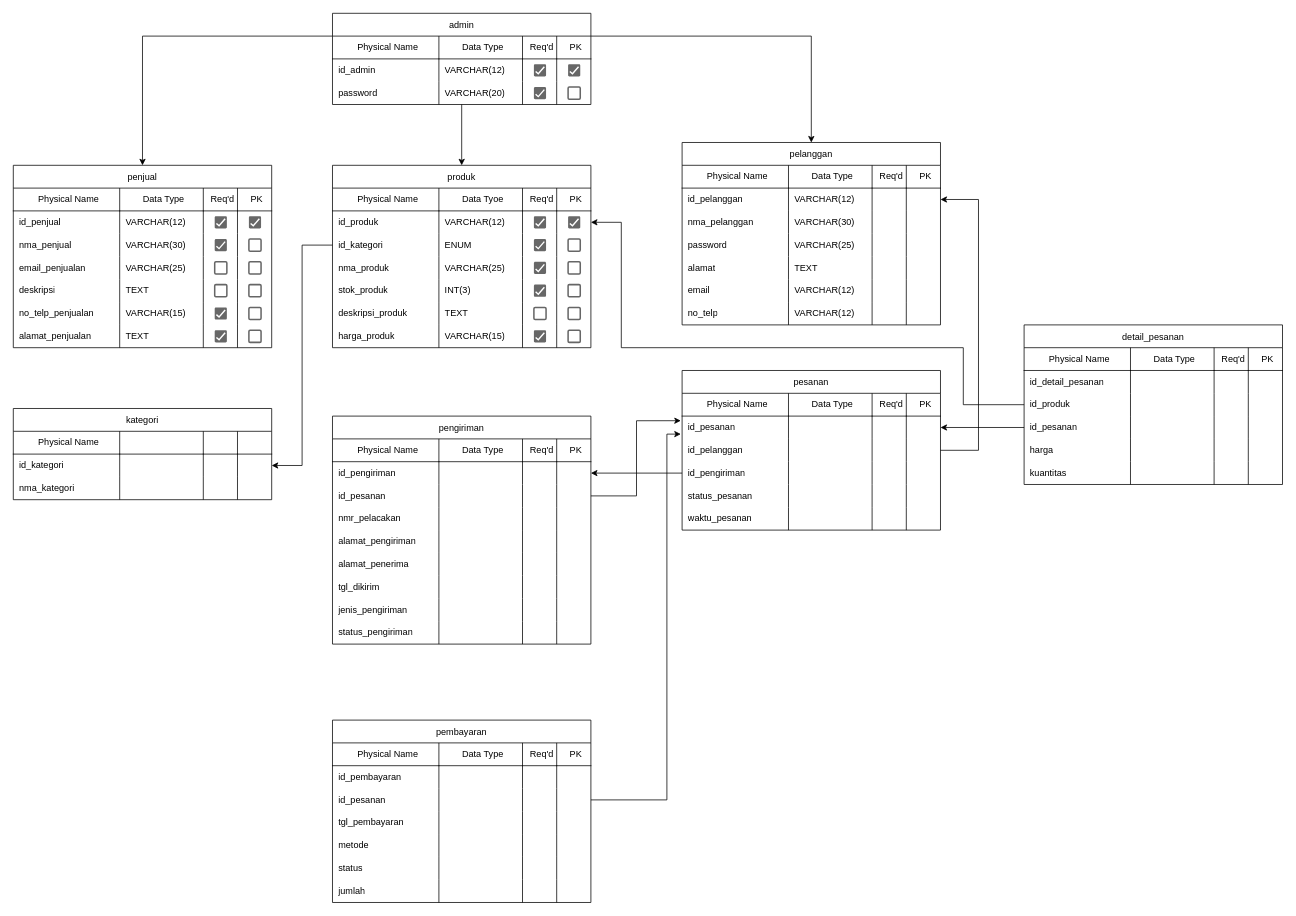
Above: e-commerce_pdm.drawio in vinnnna/sistem-basis-data (draw.io), before the change. Source tidied: cells renumbered, new cells numbered last; positions are measured from the earlier drawing's top-left corner, leaving out a move shared by most shapes. Both pictures are drawn from the tidied source at 76%, with x=0, y=0 at pixel (13, 13).
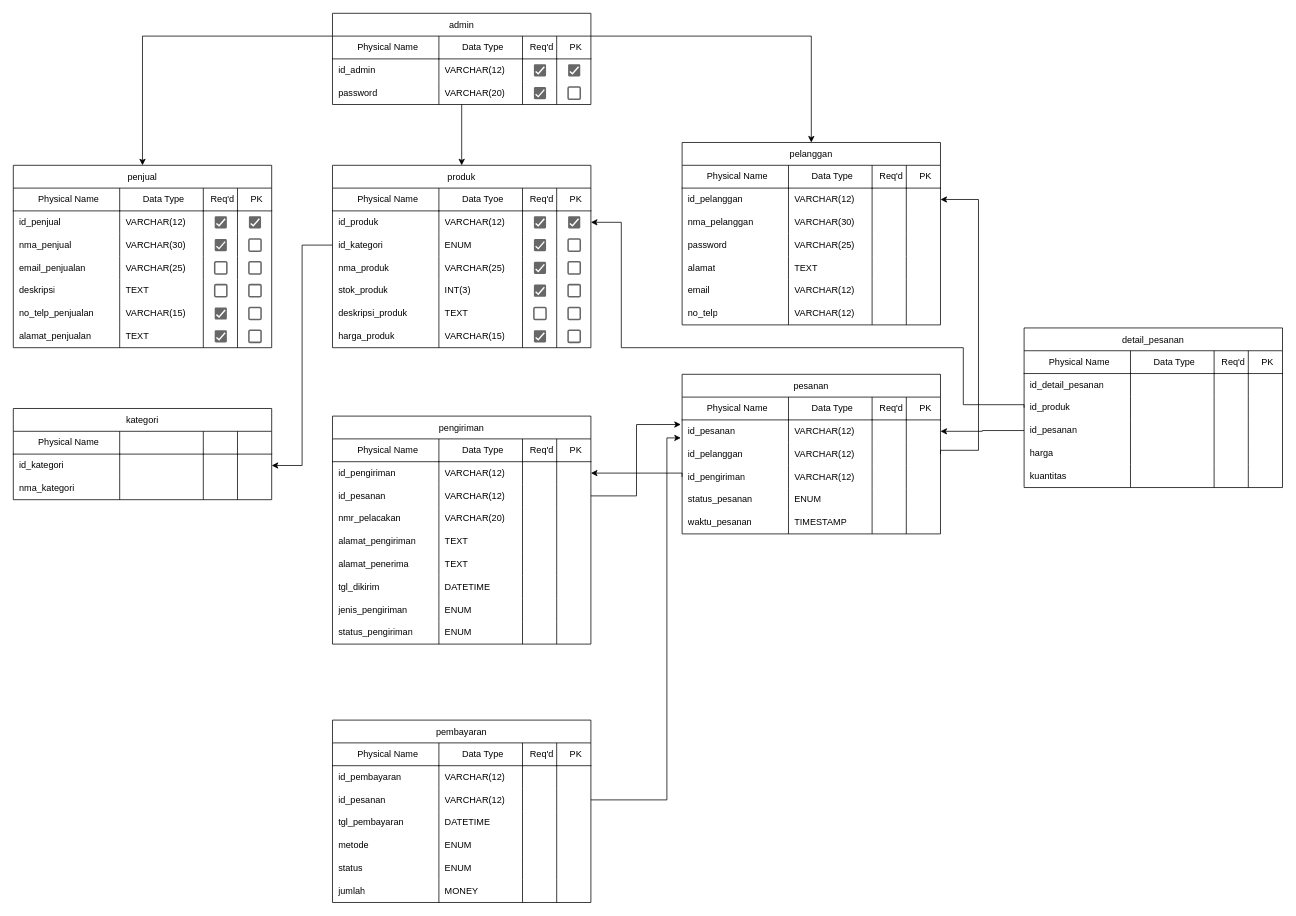
The same diagram, later.

Unchanged cells that the change refers to:
```xml
<mxCell id="80" style="shape=tableRow;horizontal=0;startSize=0;swimlaneHead=0;swimlaneBody=0;top=0;left=0;bottom=0;right=0;fillColor=none;points=[[0,0.5],[1,0.5]];portConstraint=eastwest;strokeColor=inherit;fontSize=12;" parent="74" vertex="1">
  <mxGeometry y="60" width="340" height="30" as="geometry" />
</mxCell>
<mxCell id="85" style="shape=tableRow;horizontal=0;startSize=0;swimlaneHead=0;swimlaneBody=0;top=0;left=0;bottom=0;right=0;fillColor=none;points=[[0,0.5],[1,0.5]];portConstraint=eastwest;strokeColor=inherit;fontSize=12;" parent="74" vertex="1">
  <mxGeometry y="90" width="340" height="30" as="geometry" />
</mxCell>
<mxCell id="90" style="shape=tableRow;horizontal=0;startSize=0;swimlaneHead=0;swimlaneBody=0;top=0;left=0;bottom=0;right=0;fillColor=none;points=[[0,0.5],[1,0.5]];portConstraint=eastwest;strokeColor=inherit;fontSize=12;" parent="74" vertex="1">
  <mxGeometry y="120" width="340" height="30" as="geometry" />
</mxCell>
<mxCell id="95" style="shape=tableRow;horizontal=0;startSize=0;swimlaneHead=0;swimlaneBody=0;top=0;left=0;bottom=0;right=0;fillColor=none;strokeColor=inherit;fontSize=12;" parent="74" vertex="1">
  <mxGeometry y="150" width="340" height="30" as="geometry" />
</mxCell>
<mxCell id="100" style="shape=tableRow;horizontal=0;startSize=0;swimlaneHead=0;swimlaneBody=0;top=0;left=0;bottom=0;right=0;fillColor=none;strokeColor=inherit;fontSize=12;" parent="74" vertex="1">
  <mxGeometry y="180" width="340" height="30" as="geometry" />
</mxCell>
<mxCell id="212" style="shape=tableRow;horizontal=0;startSize=0;swimlaneHead=0;swimlaneBody=0;top=0;left=0;bottom=0;right=0;fillColor=none;points=[[0,0.5],[1,0.5]];portConstraint=eastwest;strokeColor=inherit;fontSize=12;" parent="206" vertex="1">
  <mxGeometry y="60" width="340" height="30" as="geometry" />
</mxCell>
<mxCell id="217" style="shape=tableRow;horizontal=0;startSize=0;swimlaneHead=0;swimlaneBody=0;top=0;left=0;bottom=0;right=0;fillColor=none;points=[[0,0.5],[1,0.5]];portConstraint=eastwest;strokeColor=inherit;fontSize=12;" parent="206" vertex="1">
  <mxGeometry y="90" width="340" height="30" as="geometry" />
</mxCell>
<mxCell id="222" style="shape=tableRow;horizontal=0;startSize=0;swimlaneHead=0;swimlaneBody=0;top=0;left=0;bottom=0;right=0;fillColor=none;strokeColor=inherit;fontSize=12;" parent="206" vertex="1">
  <mxGeometry y="120" width="340" height="30" as="geometry" />
</mxCell>
<mxCell id="227" style="shape=tableRow;horizontal=0;startSize=0;swimlaneHead=0;swimlaneBody=0;top=0;left=0;bottom=0;right=0;fillColor=none;strokeColor=inherit;fontSize=12;" parent="206" vertex="1">
  <mxGeometry y="150" width="340" height="30" as="geometry" />
</mxCell>
<mxCell id="232" style="shape=tableRow;horizontal=0;startSize=0;swimlaneHead=0;swimlaneBody=0;top=0;left=0;bottom=0;right=0;fillColor=none;strokeColor=inherit;fontSize=12;" parent="206" vertex="1">
  <mxGeometry y="180" width="340" height="30" as="geometry" />
</mxCell>
<mxCell id="237" style="shape=tableRow;horizontal=0;startSize=0;swimlaneHead=0;swimlaneBody=0;top=0;left=0;bottom=0;right=0;fillColor=none;strokeColor=inherit;fontSize=12;" parent="206" vertex="1">
  <mxGeometry y="210" width="340" height="30" as="geometry" />
</mxCell>
<mxCell id="242" style="shape=tableRow;horizontal=0;startSize=0;swimlaneHead=0;swimlaneBody=0;top=0;left=0;bottom=0;right=0;fillColor=none;strokeColor=inherit;fontSize=12;" parent="206" vertex="1">
  <mxGeometry y="240" width="340" height="30" as="geometry" />
</mxCell>
<mxCell id="247" style="shape=tableRow;horizontal=0;startSize=0;swimlaneHead=0;swimlaneBody=0;top=0;left=0;bottom=0;right=0;fillColor=none;strokeColor=inherit;fontSize=12;" parent="206" vertex="1">
  <mxGeometry y="270" width="340" height="30" as="geometry" />
</mxCell>
<mxCell id="259" style="shape=tableRow;horizontal=0;startSize=0;swimlaneHead=0;swimlaneBody=0;top=0;left=0;bottom=0;right=0;fillColor=none;strokeColor=inherit;fontSize=12;" parent="253" vertex="1">
  <mxGeometry y="60" width="340" height="30" as="geometry" />
</mxCell>
<mxCell id="264" style="shape=tableRow;horizontal=0;startSize=0;swimlaneHead=0;swimlaneBody=0;top=0;left=0;bottom=0;right=0;fillColor=none;points=[[0,0.5],[1,0.5]];portConstraint=eastwest;strokeColor=inherit;fontSize=12;" parent="253" vertex="1">
  <mxGeometry y="90" width="340" height="30" as="geometry" />
</mxCell>
<mxCell id="269" style="shape=tableRow;horizontal=0;startSize=0;swimlaneHead=0;swimlaneBody=0;top=0;left=0;bottom=0;right=0;fillColor=none;strokeColor=inherit;fontSize=12;" parent="253" vertex="1">
  <mxGeometry y="120" width="340" height="30" as="geometry" />
</mxCell>
<mxCell id="274" style="shape=tableRow;horizontal=0;startSize=0;swimlaneHead=0;swimlaneBody=0;top=0;left=0;bottom=0;right=0;fillColor=none;strokeColor=inherit;fontSize=12;" parent="253" vertex="1">
  <mxGeometry y="150" width="340" height="30" as="geometry" />
</mxCell>
<mxCell id="279" style="shape=tableRow;horizontal=0;startSize=0;swimlaneHead=0;swimlaneBody=0;top=0;left=0;bottom=0;right=0;fillColor=none;strokeColor=inherit;fontSize=12;" parent="253" vertex="1">
  <mxGeometry y="180" width="340" height="30" as="geometry" />
</mxCell>
<mxCell id="284" style="shape=tableRow;horizontal=0;startSize=0;swimlaneHead=0;swimlaneBody=0;top=0;left=0;bottom=0;right=0;fillColor=none;strokeColor=inherit;fontSize=12;" parent="253" vertex="1">
  <mxGeometry y="210" width="340" height="30" as="geometry" />
</mxCell>
```

The edit, as a diff of the source:
```diff
@@
     <mxCell id="74" value="pesanan" style="shape=table;startSize=30;childLayout=tableLayout;rowLines=0;fontStyle=0;strokeColor=default;fontSize=12;" parent="1" vertex="1">
-      <mxGeometry x="880" y="470" width="340" height="210" as="geometry" />
+      <mxGeometry x="880" y="475" width="340" height="210" as="geometry" />
     </mxCell>
@@
-    <mxCell id="82" style="shape=partialRectangle;html=1;whiteSpace=wrap;fillColor=none;top=0;left=0;bottom=0;right=0;align=left;spacingLeft=6;overflow=hidden;strokeColor=inherit;fontSize=12;strokeWidth=1;" parent="80" vertex="1">
+    <mxCell id="82" value="VARCHAR(12)" style="shape=partialRectangle;html=1;whiteSpace=wrap;fillColor=none;top=0;left=0;bottom=0;right=0;align=left;spacingLeft=6;overflow=hidden;strokeColor=inherit;fontSize=12;strokeWidth=1;" parent="80" vertex="1">
       <mxGeometry x="140" width="110" height="30" as="geometry" />
     </mxCell>
@@
-    <mxCell id="87" style="shape=partialRectangle;html=1;whiteSpace=wrap;fillColor=none;top=0;left=0;bottom=0;right=0;align=left;spacingLeft=6;overflow=hidden;strokeColor=inherit;fontSize=12;" parent="85" vertex="1">
+    <mxCell id="87" value="VARCHAR(12)" style="shape=partialRectangle;html=1;whiteSpace=wrap;fillColor=none;top=0;left=0;bottom=0;right=0;align=left;spacingLeft=6;overflow=hidden;strokeColor=inherit;fontSize=12;" parent="85" vertex="1">
       <mxGeometry x="140" width="110" height="30" as="geometry" />
     </mxCell>
@@
-    <mxCell id="92" style="shape=partialRectangle;html=1;whiteSpace=wrap;fillColor=none;top=0;left=0;bottom=0;right=0;align=left;spacingLeft=6;overflow=hidden;strokeColor=inherit;fontSize=12;" parent="90" vertex="1">
+    <mxCell id="92" value="VARCHAR(12)" style="shape=partialRectangle;html=1;whiteSpace=wrap;fillColor=none;top=0;left=0;bottom=0;right=0;align=left;spacingLeft=6;overflow=hidden;strokeColor=inherit;fontSize=12;" parent="90" vertex="1">
       <mxGeometry x="140" width="110" height="30" as="geometry" />
     </mxCell>
@@
-    <mxCell id="97" style="shape=partialRectangle;html=1;whiteSpace=wrap;fillColor=none;top=0;left=0;bottom=0;right=0;align=left;spacingLeft=6;overflow=hidden;strokeColor=inherit;fontSize=12;" parent="95" vertex="1">
+    <mxCell id="97" value="ENUM" style="shape=partialRectangle;html=1;whiteSpace=wrap;fillColor=none;top=0;left=0;bottom=0;right=0;align=left;spacingLeft=6;overflow=hidden;strokeColor=inherit;fontSize=12;" parent="95" vertex="1">
       <mxGeometry x="140" width="110" height="30" as="geometry" />
     </mxCell>
@@
-    <mxCell id="102" style="shape=partialRectangle;html=1;whiteSpace=wrap;fillColor=none;top=0;left=0;bottom=0;right=0;align=left;spacingLeft=6;overflow=hidden;strokeColor=inherit;fontSize=12;" parent="100" vertex="1">
+    <mxCell id="102" value="TIMESTAMP" style="shape=partialRectangle;html=1;whiteSpace=wrap;fillColor=none;top=0;left=0;bottom=0;right=0;align=left;spacingLeft=6;overflow=hidden;strokeColor=inherit;fontSize=12;" parent="100" vertex="1">
       <mxGeometry x="140" width="110" height="30" as="geometry" />
     </mxCell>
@@
     <mxCell id="105" value="detail_pesanan" style="shape=table;startSize=30;childLayout=tableLayout;rowLines=0;fontStyle=0;strokeColor=default;fontSize=12;" parent="1" vertex="1">
-      <mxGeometry x="1330" y="410" width="340" height="210" as="geometry" />
+      <mxGeometry x="1330" y="414" width="340" height="210" as="geometry" />
     </mxCell>
@@
-    <mxCell id="214" style="shape=partialRectangle;html=1;whiteSpace=wrap;fillColor=none;top=0;left=0;bottom=0;right=0;align=left;spacingLeft=6;overflow=hidden;strokeColor=inherit;fontSize=12;strokeWidth=1;" parent="212" vertex="1">
+    <mxCell id="214" value="VARCHAR(12)" style="shape=partialRectangle;html=1;whiteSpace=wrap;fillColor=none;top=0;left=0;bottom=0;right=0;align=left;spacingLeft=6;overflow=hidden;strokeColor=inherit;fontSize=12;strokeWidth=1;" parent="212" vertex="1">
       <mxGeometry x="140" width="110" height="30" as="geometry" />
     </mxCell>
@@
-    <mxCell id="219" style="shape=partialRectangle;html=1;whiteSpace=wrap;fillColor=none;top=0;left=0;bottom=0;right=0;align=left;spacingLeft=6;overflow=hidden;strokeColor=inherit;fontSize=12;" parent="217" vertex="1">
+    <mxCell id="219" value="VARCHAR(12)" style="shape=partialRectangle;html=1;whiteSpace=wrap;fillColor=none;top=0;left=0;bottom=0;right=0;align=left;spacingLeft=6;overflow=hidden;strokeColor=inherit;fontSize=12;" parent="217" vertex="1">
       <mxGeometry x="140" width="110" height="30" as="geometry" />
     </mxCell>
@@
-    <mxCell id="224" style="shape=partialRectangle;html=1;whiteSpace=wrap;fillColor=none;top=0;left=0;bottom=0;right=0;align=left;spacingLeft=6;overflow=hidden;strokeColor=inherit;fontSize=12;" parent="222" vertex="1">
+    <mxCell id="224" value="VARCHAR(20)" style="shape=partialRectangle;html=1;whiteSpace=wrap;fillColor=none;top=0;left=0;bottom=0;right=0;align=left;spacingLeft=6;overflow=hidden;strokeColor=inherit;fontSize=12;" parent="222" vertex="1">
       <mxGeometry x="140" width="110" height="30" as="geometry" />
     </mxCell>
@@
-    <mxCell id="229" style="shape=partialRectangle;html=1;whiteSpace=wrap;fillColor=none;top=0;left=0;bottom=0;right=0;align=left;spacingLeft=6;overflow=hidden;strokeColor=inherit;fontSize=12;" parent="227" vertex="1">
+    <mxCell id="229" value="TEXT" style="shape=partialRectangle;html=1;whiteSpace=wrap;fillColor=none;top=0;left=0;bottom=0;right=0;align=left;spacingLeft=6;overflow=hidden;strokeColor=inherit;fontSize=12;" parent="227" vertex="1">
       <mxGeometry x="140" width="110" height="30" as="geometry" />
     </mxCell>
@@
-    <mxCell id="234" style="shape=partialRectangle;html=1;whiteSpace=wrap;fillColor=none;top=0;left=0;bottom=0;right=0;align=left;spacingLeft=6;overflow=hidden;strokeColor=inherit;fontSize=12;" parent="232" vertex="1">
+    <mxCell id="234" value="TEXT" style="shape=partialRectangle;html=1;whiteSpace=wrap;fillColor=none;top=0;left=0;bottom=0;right=0;align=left;spacingLeft=6;overflow=hidden;strokeColor=inherit;fontSize=12;" parent="232" vertex="1">
       <mxGeometry x="140" width="110" height="30" as="geometry" />
     </mxCell>
@@
-    <mxCell id="239" style="shape=partialRectangle;html=1;whiteSpace=wrap;fillColor=none;top=0;left=0;bottom=0;right=0;align=left;spacingLeft=6;overflow=hidden;strokeColor=inherit;fontSize=12;" parent="237" vertex="1">
+    <mxCell id="239" value="DATETIME" style="shape=partialRectangle;html=1;whiteSpace=wrap;fillColor=none;top=0;left=0;bottom=0;right=0;align=left;spacingLeft=6;overflow=hidden;strokeColor=inherit;fontSize=12;" parent="237" vertex="1">
       <mxGeometry x="140" width="110" height="30" as="geometry" />
     </mxCell>
@@
-    <mxCell id="244" style="shape=partialRectangle;html=1;whiteSpace=wrap;fillColor=none;top=0;left=0;bottom=0;right=0;align=left;spacingLeft=6;overflow=hidden;strokeColor=inherit;fontSize=12;" parent="242" vertex="1">
+    <mxCell id="244" value="ENUM" style="shape=partialRectangle;html=1;whiteSpace=wrap;fillColor=none;top=0;left=0;bottom=0;right=0;align=left;spacingLeft=6;overflow=hidden;strokeColor=inherit;fontSize=12;" parent="242" vertex="1">
       <mxGeometry x="140" width="110" height="30" as="geometry" />
     </mxCell>
@@
-    <mxCell id="249" style="shape=partialRectangle;html=1;whiteSpace=wrap;fillColor=none;top=0;left=0;bottom=0;right=0;align=left;spacingLeft=6;overflow=hidden;strokeColor=inherit;fontSize=12;" parent="247" vertex="1">
+    <mxCell id="249" value="ENUM" style="shape=partialRectangle;html=1;whiteSpace=wrap;fillColor=none;top=0;left=0;bottom=0;right=0;align=left;spacingLeft=6;overflow=hidden;strokeColor=inherit;fontSize=12;" parent="247" vertex="1">
       <mxGeometry x="140" width="110" height="30" as="geometry" />
     </mxCell>
@@
-    <mxCell id="261" style="shape=partialRectangle;html=1;whiteSpace=wrap;fillColor=none;top=0;left=0;bottom=0;right=0;align=left;spacingLeft=6;overflow=hidden;strokeColor=inherit;fontSize=12;strokeWidth=1;" parent="259" vertex="1">
+    <mxCell id="261" value="VARCHAR(12)" style="shape=partialRectangle;html=1;whiteSpace=wrap;fillColor=none;top=0;left=0;bottom=0;right=0;align=left;spacingLeft=6;overflow=hidden;strokeColor=inherit;fontSize=12;strokeWidth=1;" parent="259" vertex="1">
       <mxGeometry x="140" width="110" height="30" as="geometry" />
     </mxCell>
@@
-    <mxCell id="266" style="shape=partialRectangle;html=1;whiteSpace=wrap;fillColor=none;top=0;left=0;bottom=0;right=0;align=left;spacingLeft=6;overflow=hidden;strokeColor=inherit;fontSize=12;" parent="264" vertex="1">
+    <mxCell id="266" value="VARCHAR(12)" style="shape=partialRectangle;html=1;whiteSpace=wrap;fillColor=none;top=0;left=0;bottom=0;right=0;align=left;spacingLeft=6;overflow=hidden;strokeColor=inherit;fontSize=12;" parent="264" vertex="1">
       <mxGeometry x="140" width="110" height="30" as="geometry" />
     </mxCell>
@@
-    <mxCell id="271" style="shape=partialRectangle;html=1;whiteSpace=wrap;fillColor=none;top=0;left=0;bottom=0;right=0;align=left;spacingLeft=6;overflow=hidden;strokeColor=inherit;fontSize=12;" parent="269" vertex="1">
+    <mxCell id="271" value="DATETIME" style="shape=partialRectangle;html=1;whiteSpace=wrap;fillColor=none;top=0;left=0;bottom=0;right=0;align=left;spacingLeft=6;overflow=hidden;strokeColor=inherit;fontSize=12;" parent="269" vertex="1">
       <mxGeometry x="140" width="110" height="30" as="geometry" />
     </mxCell>
@@
-    <mxCell id="276" style="shape=partialRectangle;html=1;whiteSpace=wrap;fillColor=none;top=0;left=0;bottom=0;right=0;align=left;spacingLeft=6;overflow=hidden;strokeColor=inherit;fontSize=12;" parent="274" vertex="1">
+    <mxCell id="276" value="ENUM" style="shape=partialRectangle;html=1;whiteSpace=wrap;fillColor=none;top=0;left=0;bottom=0;right=0;align=left;spacingLeft=6;overflow=hidden;strokeColor=inherit;fontSize=12;" parent="274" vertex="1">
       <mxGeometry x="140" width="110" height="30" as="geometry" />
     </mxCell>
@@
-    <mxCell id="281" style="shape=partialRectangle;html=1;whiteSpace=wrap;fillColor=none;top=0;left=0;bottom=0;right=0;align=left;spacingLeft=6;overflow=hidden;strokeColor=inherit;fontSize=12;" parent="279" vertex="1">
+    <mxCell id="281" value="ENUM" style="shape=partialRectangle;html=1;whiteSpace=wrap;fillColor=none;top=0;left=0;bottom=0;right=0;align=left;spacingLeft=6;overflow=hidden;strokeColor=inherit;fontSize=12;" parent="279" vertex="1">
       <mxGeometry x="140" width="110" height="30" as="geometry" />
     </mxCell>
@@
-    <mxCell id="286" style="shape=partialRectangle;html=1;whiteSpace=wrap;fillColor=none;top=0;left=0;bottom=0;right=0;align=left;spacingLeft=6;overflow=hidden;strokeColor=inherit;fontSize=12;" parent="284" vertex="1">
+    <mxCell id="286" value="MONEY" style="shape=partialRectangle;html=1;whiteSpace=wrap;fillColor=none;top=0;left=0;bottom=0;right=0;align=left;spacingLeft=6;overflow=hidden;strokeColor=inherit;fontSize=12;" parent="284" vertex="1">
       <mxGeometry x="140" width="110" height="30" as="geometry" />
     </mxCell>
@@
     <mxCell id="290" style="edgeStyle=orthogonalEdgeStyle;rounded=0;jettySize=auto;html=1;exitX=1;exitY=0.5;exitDx=0;exitDy=0;entryX=-0.005;entryY=0.202;entryDx=0;entryDy=0;entryPerimeter=0;" parent="1" edge="1" source="217" target="80">
       <mxGeometry relative="1" as="geometry">
         <Array as="points">
           <mxPoint x="820" y="635" />
-          <mxPoint x="820" y="536" />
+          <mxPoint x="820" y="541" />
         </Array>
       </mxGeometry>
     </mxCell>
     <mxCell id="291" style="edgeStyle=orthogonalEdgeStyle;rounded=0;jettySize=auto;html=1;exitX=1;exitY=0.5;exitDx=0;exitDy=0;entryX=-0.005;entryY=0.79;entryDx=0;entryDy=0;entryPerimeter=0;" parent="1" edge="1" source="264" target="80">
       <mxGeometry relative="1" as="geometry">
         <Array as="points">
           <mxPoint x="860" y="1035" />
-          <mxPoint x="860" y="554" />
+          <mxPoint x="860" y="559" />
+          <mxPoint x="878" y="559" />
         </Array>
       </mxGeometry>
     </mxCell>
```
